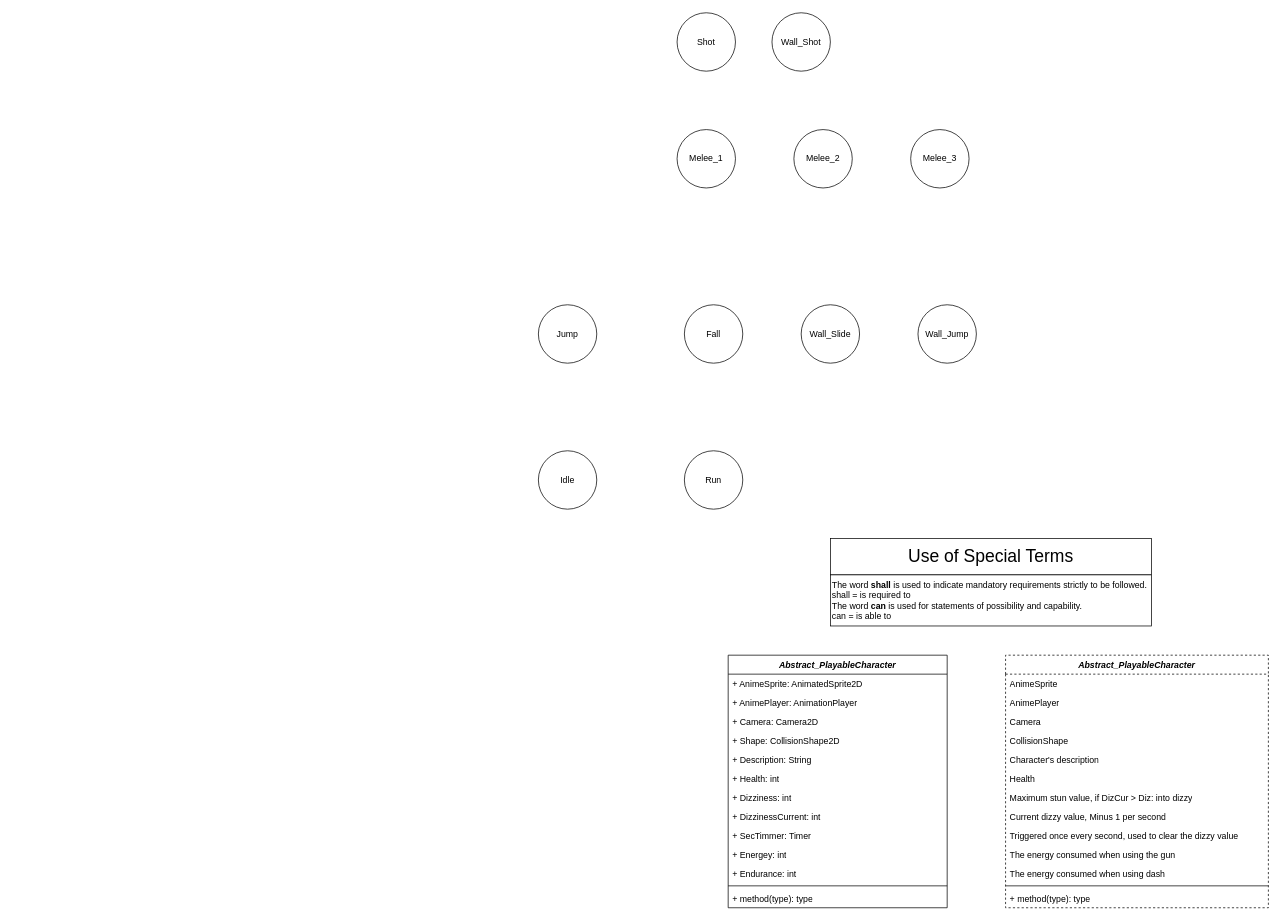
Above: Concept_Design/UML/Character.drawio in SwordofMorning/KatanaMaySurvive (draw.io), before the change. Source tidied: cells renumbered, new cells numbered last; positions are measured from the earlier drawing's top-left corner, leaving out a move shared by most shapes. Both pictures are drawn from the tidied source at 73%, with x=0, y=0 at pixel (538, 12).
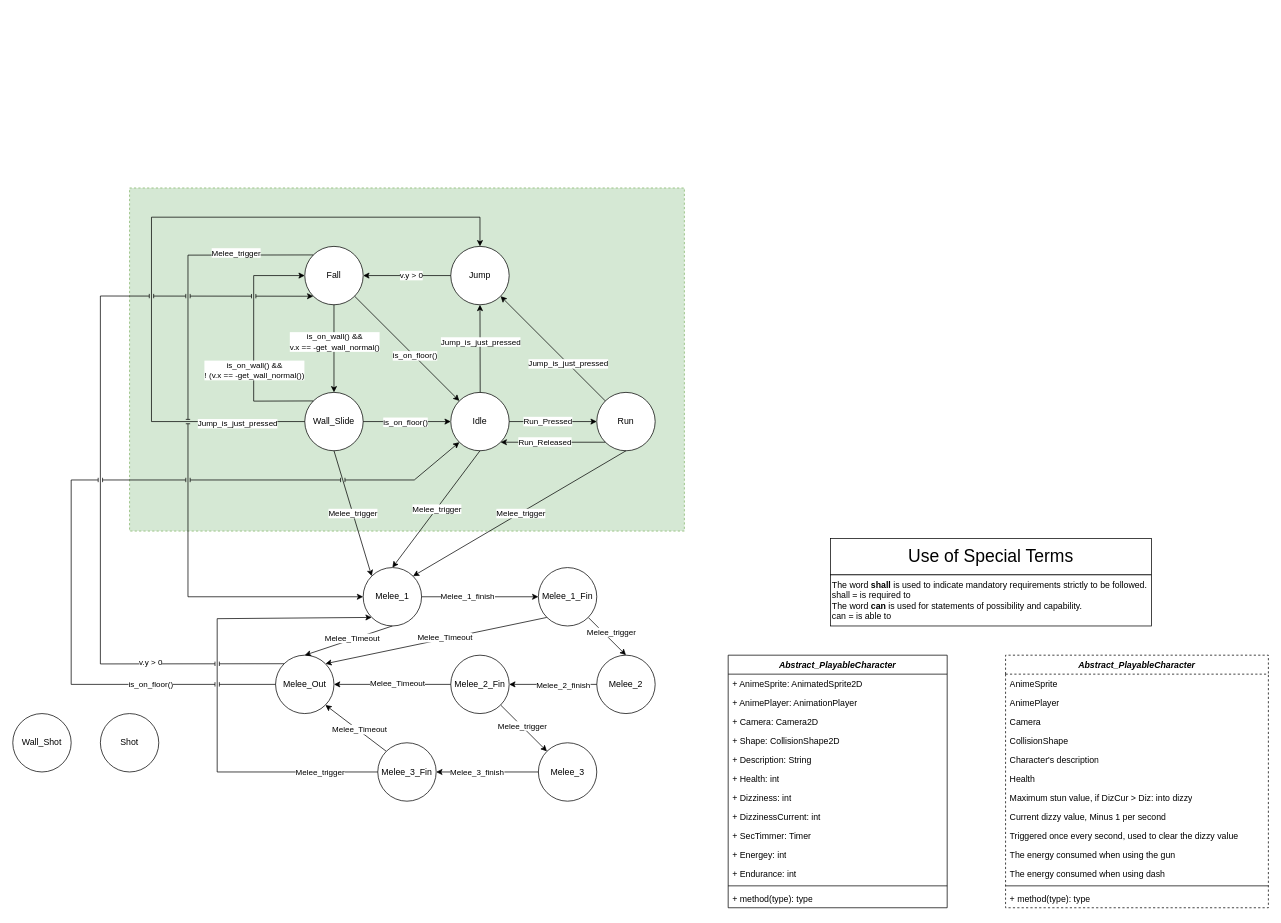
After the change.

Diff of the diagram source:
```diff
@@
+    <mxCell id="43" style="rounded=0;whiteSpace=wrap;html=1;dashed=1;fillColor=#d5e8d4;strokeColor=#82b366;" parent="1" vertex="1">
+      <mxGeometry x="-560" y="240" width="760" height="470" as="geometry" />
+    </mxCell>
@@
     <mxCell id="18" value="Idle" style="ellipse;whiteSpace=wrap;html=1;" parent="1" vertex="1">
-      <mxGeometry y="600" width="80" height="80" as="geometry" />
+      <mxGeometry x="-120" y="520" width="80" height="80" as="geometry" />
     </mxCell>
     <mxCell id="19" value="Run" style="ellipse;whiteSpace=wrap;html=1;" parent="1" vertex="1">
-      <mxGeometry x="200" y="600" width="80" height="80" as="geometry" />
+      <mxGeometry x="80" y="520" width="80" height="80" as="geometry" />
     </mxCell>
     <mxCell id="20" value="Jump" style="ellipse;whiteSpace=wrap;html=1;" parent="1" vertex="1">
-      <mxGeometry y="400" width="80" height="80" as="geometry" />
+      <mxGeometry x="-120" y="320" width="80" height="80" as="geometry" />
     </mxCell>
     <mxCell id="21" value="Fall" style="ellipse;whiteSpace=wrap;html=1;" parent="1" vertex="1">
-      <mxGeometry x="200" y="400" width="80" height="80" as="geometry" />
+      <mxGeometry x="-320" y="320" width="80" height="80" as="geometry" />
     </mxCell>
     <mxCell id="22" value="Wall_Slide" style="ellipse;whiteSpace=wrap;html=1;" parent="1" vertex="1">
-      <mxGeometry x="360" y="400" width="80" height="80" as="geometry" />
+      <mxGeometry x="-320" y="520" width="80" height="80" as="geometry" />
     </mxCell>
-    <mxCell id="23" value="Wall_Jump" style="ellipse;whiteSpace=wrap;html=1;" parent="1" vertex="1">
-      <mxGeometry x="520" y="400" width="80" height="80" as="geometry" />
-    </mxCell>
     <mxCell id="24" value="Melee_1" style="ellipse;whiteSpace=wrap;html=1;" parent="1" vertex="1">
-      <mxGeometry x="190" y="160" width="80" height="80" as="geometry" />
+      <mxGeometry x="-240" y="760" width="80" height="80" as="geometry" />
     </mxCell>
     <mxCell id="25" value="Melee_2" style="ellipse;whiteSpace=wrap;html=1;" parent="1" vertex="1">
-      <mxGeometry x="350" y="160" width="80" height="80" as="geometry" />
+      <mxGeometry x="80" y="880" width="80" height="80" as="geometry" />
     </mxCell>
     <mxCell id="26" value="Melee_3" style="ellipse;whiteSpace=wrap;html=1;" parent="1" vertex="1">
-      <mxGeometry x="510" y="160" width="80" height="80" as="geometry" />
+      <mxGeometry y="1000" width="80" height="80" as="geometry" />
     </mxCell>
     <mxCell id="27" value="Shot" style="ellipse;whiteSpace=wrap;html=1;" parent="1" vertex="1">
-      <mxGeometry x="190" width="80" height="80" as="geometry" />
+      <mxGeometry x="-600" y="960" width="80" height="80" as="geometry" />
     </mxCell>
@@
     <mxCell id="42" value="Wall_Shot" style="ellipse;whiteSpace=wrap;html=1;" parent="1" vertex="1">
-      <mxGeometry x="320" width="80" height="80" as="geometry" />
+      <mxGeometry x="-720" y="960" width="80" height="80" as="geometry" />
     </mxCell>
+    <mxCell id="44" style="endArrow=classic;html=1;rounded=0;entryX=0;entryY=0.5;entryDx=0;entryDy=0;exitX=1;exitY=0.5;exitDx=0;exitDy=0;" parent="1" edge="1" source="18" target="19">
+      <mxGeometry relative="1" as="geometry" />
+    </mxCell>
+    <mxCell id="45" value="Run_Pressed" style="edgeLabel;html=1;align=center;verticalAlign=middle;" parent="44" vertex="1">
+      <mxGeometry x="-0.13" y="1" relative="1" as="geometry" />
+    </mxCell>
+    <mxCell id="46" style="endArrow=classic;html=1;rounded=0;exitX=0;exitY=1;exitDx=0;exitDy=0;entryX=1;entryY=1;entryDx=0;entryDy=0;" parent="1" edge="1" source="19" target="18">
+      <mxGeometry relative="1" as="geometry" />
+    </mxCell>
+    <mxCell id="47" value="Run_Released" style="edgeLabel;html=1;align=center;verticalAlign=middle;" parent="46" vertex="1">
+      <mxGeometry x="0.16" y="-1" relative="1" as="geometry" />
+    </mxCell>
+    <mxCell id="48" style="endArrow=classic;html=1;rounded=0;entryX=0.5;entryY=1;entryDx=0;entryDy=0;exitX=0.5;exitY=0;exitDx=0;exitDy=0;" parent="1" edge="1" target="20">
+      <mxGeometry relative="1" as="geometry">
+        <mxPoint x="-79.7" y="520" as="sourcePoint" />
+      </mxGeometry>
+    </mxCell>
+    <mxCell id="49" value="Jump_is_just_pressed" style="edgeLabel;html=1;align=center;verticalAlign=middle;" parent="48" vertex="1">
+      <mxGeometry relative="1" as="geometry">
+        <mxPoint y="-10" as="offset" />
+      </mxGeometry>
+    </mxCell>
+    <mxCell id="50" style="endArrow=classic;html=1;rounded=0;exitX=0;exitY=0;exitDx=0;exitDy=0;entryX=1;entryY=1;entryDx=0;entryDy=0;" parent="1" edge="1" source="19" target="20">
+      <mxGeometry relative="1" as="geometry" />
+    </mxCell>
+    <mxCell id="51" value="Jump_is_just_pressed" style="edgeLabel;html=1;align=center;verticalAlign=middle;" parent="50" vertex="1">
+      <mxGeometry relative="1" as="geometry">
+        <mxPoint x="20" y="20" as="offset" />
+      </mxGeometry>
+    </mxCell>
+    <mxCell id="52" style="endArrow=classic;html=1;rounded=0;exitX=0;exitY=0.5;exitDx=0;exitDy=0;entryX=1;entryY=0.5;entryDx=0;entryDy=0;" parent="1" edge="1" source="20" target="21">
+      <mxGeometry relative="1" as="geometry" />
+    </mxCell>
+    <mxCell id="53" value="v.y &amp;gt; 0" style="edgeLabel;html=1;align=center;verticalAlign=middle;" parent="52" vertex="1">
+      <mxGeometry x="-0.08" y="-1" relative="1" as="geometry" />
+    </mxCell>
+    <mxCell id="54" style="endArrow=classic;html=1;rounded=0;entryX=0.5;entryY=0;entryDx=0;entryDy=0;exitX=0.5;exitY=1;exitDx=0;exitDy=0;" parent="1" edge="1" source="21" target="22">
+      <mxGeometry relative="1" as="geometry" />
+    </mxCell>
+    <mxCell id="55" value="is_on_wall() &amp;amp;&amp;amp; &lt;br&gt;v.x == -get_wall_normal()" style="edgeLabel;html=1;align=center;verticalAlign=middle;" parent="54" vertex="1">
+      <mxGeometry x="-0.6" y="-1" relative="1" as="geometry">
+        <mxPoint x="1" y="26" as="offset" />
+      </mxGeometry>
+    </mxCell>
+    <mxCell id="56" style="endArrow=classic;html=1;rounded=0;exitX=1;exitY=1;exitDx=0;exitDy=0;entryX=0;entryY=0;entryDx=0;entryDy=0;" parent="1" edge="1" source="21" target="18">
+      <mxGeometry relative="1" as="geometry" />
+    </mxCell>
+    <mxCell id="57" value="is_on_floor()" style="edgeLabel;html=1;align=center;verticalAlign=middle;" parent="56" vertex="1">
+      <mxGeometry x="-0.09" y="1" relative="1" as="geometry">
+        <mxPoint x="16" y="17" as="offset" />
+      </mxGeometry>
+    </mxCell>
+    <mxCell id="58" style="endArrow=classic;html=1;rounded=0;entryX=0;entryY=0.5;entryDx=0;entryDy=0;exitX=1;exitY=0.5;exitDx=0;exitDy=0;" parent="1" edge="1" source="22" target="18">
+      <mxGeometry relative="1" as="geometry" />
+    </mxCell>
+    <mxCell id="59" value="is_on_floor()" style="edgeLabel;html=1;align=center;verticalAlign=middle;" parent="58" vertex="1">
+      <mxGeometry x="-0.05" relative="1" as="geometry" />
+    </mxCell>
+    <mxCell id="60" style="endArrow=classic;html=1;rounded=0;exitX=0.5;exitY=1;exitDx=0;exitDy=0;entryX=0.5;entryY=0;entryDx=0;entryDy=0;" parent="1" edge="1" source="18" target="24">
+      <mxGeometry relative="1" as="geometry" />
+    </mxCell>
+    <mxCell id="61" value="Melee_trigger" style="edgeLabel;html=1;align=center;verticalAlign=middle;" parent="60" vertex="1">
+      <mxGeometry x="-0.01" relative="1" as="geometry" />
+    </mxCell>
+    <mxCell id="62" value="Melee_Out" style="ellipse;whiteSpace=wrap;html=1;" parent="1" vertex="1">
+      <mxGeometry x="-360" y="880" width="80" height="80" as="geometry" />
+    </mxCell>
+    <mxCell id="63" style="endArrow=classic;html=1;rounded=0;entryX=0.5;entryY=0;entryDx=0;entryDy=0;exitX=0.5;exitY=1;exitDx=0;exitDy=0;" parent="1" edge="1" source="24" target="62">
+      <mxGeometry relative="1" as="geometry" />
+    </mxCell>
+    <mxCell id="64" value="Melee_Timeout" style="edgeLabel;html=1;align=center;verticalAlign=middle;" parent="63" vertex="1">
+      <mxGeometry x="-0.08" y="-2" relative="1" as="geometry" />
+    </mxCell>
+    <mxCell id="65" style="endArrow=classic;html=1;rounded=0;entryX=0.5;entryY=0;entryDx=0;entryDy=0;exitX=1;exitY=1;exitDx=0;exitDy=0;" parent="1" edge="1" source="83" target="25">
+      <mxGeometry relative="1" as="geometry" />
+    </mxCell>
+    <mxCell id="66" value="Melee_trigger" style="edgeLabel;html=1;align=center;verticalAlign=middle;" parent="65" vertex="1">
+      <mxGeometry x="-0.24" y="2" relative="1" as="geometry">
+        <mxPoint x="10" y="2" as="offset" />
+      </mxGeometry>
+    </mxCell>
+    <mxCell id="67" style="endArrow=classic;html=1;rounded=0;exitX=0;exitY=1;exitDx=0;exitDy=0;entryX=1;entryY=0;entryDx=0;entryDy=0;" parent="1" edge="1" source="83" target="62">
+      <mxGeometry relative="1" as="geometry" />
+    </mxCell>
+    <mxCell id="68" value="Melee_Timeout" style="edgeLabel;html=1;align=center;verticalAlign=middle;" parent="67" vertex="1">
+      <mxGeometry x="-0.08" y="-2" relative="1" as="geometry" />
+    </mxCell>
+    <mxCell id="69" style="endArrow=classic;html=1;rounded=0;entryX=0;entryY=0;entryDx=0;entryDy=0;exitX=1;exitY=1;exitDx=0;exitDy=0;" parent="1" edge="1" source="86" target="26">
+      <mxGeometry relative="1" as="geometry" />
+    </mxCell>
+    <mxCell id="70" value="Melee_trigger" style="edgeLabel;html=1;align=center;verticalAlign=middle;" parent="69" vertex="1">
+      <mxGeometry x="-0.08" y="1" relative="1" as="geometry" />
+    </mxCell>
+    <mxCell id="71" style="endArrow=classic;html=1;rounded=0;entryX=1;entryY=1;entryDx=0;entryDy=0;exitX=0;exitY=0;exitDx=0;exitDy=0;" parent="1" edge="1" source="91" target="62">
+      <mxGeometry relative="1" as="geometry" />
+    </mxCell>
+    <mxCell id="72" value="Melee_Timeout" style="edgeLabel;html=1;align=center;verticalAlign=middle;" parent="71" vertex="1">
+      <mxGeometry x="-0.08" y="-2" relative="1" as="geometry" />
+    </mxCell>
+    <mxCell id="73" style="endArrow=classic;html=1;rounded=0;exitX=0.5;exitY=1;exitDx=0;exitDy=0;entryX=0;entryY=0;entryDx=0;entryDy=0;" parent="1" edge="1" source="22" target="24">
+      <mxGeometry relative="1" as="geometry" />
+    </mxCell>
+    <mxCell id="74" value="Melee_trigger" style="edgeLabel;html=1;align=center;verticalAlign=middle;" parent="73" vertex="1">
+      <mxGeometry x="-0.01" relative="1" as="geometry" />
+    </mxCell>
+    <mxCell id="75" style="endArrow=classic;html=1;rounded=0;exitX=0.5;exitY=1;exitDx=0;exitDy=0;entryX=1;entryY=0;entryDx=0;entryDy=0;" parent="1" edge="1" source="19" target="24">
+      <mxGeometry relative="1" as="geometry" />
+    </mxCell>
+    <mxCell id="76" value="Melee_trigger" style="edgeLabel;html=1;align=center;verticalAlign=middle;" parent="75" vertex="1">
+      <mxGeometry x="-0.01" relative="1" as="geometry" />
+    </mxCell>
+    <mxCell id="77" style="endArrow=classic;html=1;rounded=0;jumpStyle=arc;exitX=0;exitY=0.5;exitDx=0;exitDy=0;entryX=0.5;entryY=0;entryDx=0;entryDy=0;" parent="1" edge="1" source="22" target="20">
+      <mxGeometry relative="1" as="geometry">
+        <Array as="points">
+          <mxPoint x="-530" y="560" />
+          <mxPoint x="-530" y="280" />
+          <mxPoint x="-80" y="280" />
+        </Array>
+      </mxGeometry>
+    </mxCell>
+    <mxCell id="78" value="Jump_is_just_pressed" style="edgeLabel;html=1;align=center;verticalAlign=middle;" parent="77" vertex="1">
+      <mxGeometry x="-0.81" y="2" relative="1" as="geometry" />
+    </mxCell>
+    <mxCell id="79" style="endArrow=classic;html=1;rounded=0;jumpStyle=arc;exitX=0;exitY=0;exitDx=0;exitDy=0;entryX=0;entryY=0.5;entryDx=0;entryDy=0;" parent="1" edge="1" source="22" target="21">
+      <mxGeometry relative="1" as="geometry">
+        <Array as="points">
+          <mxPoint x="-390" y="532" />
+          <mxPoint x="-390" y="360" />
+        </Array>
+      </mxGeometry>
+    </mxCell>
+    <mxCell id="80" value="is_on_wall() &amp;amp;&amp;amp;&lt;br style=&quot;border-color: var(--border-color);&quot;&gt;! (v.x == -get_wall_normal())" style="edgeLabel;html=1;align=center;verticalAlign=middle;" parent="79" vertex="1">
+      <mxGeometry x="0.09" relative="1" as="geometry">
+        <mxPoint y="52" as="offset" />
+      </mxGeometry>
+    </mxCell>
+    <mxCell id="81" style="endArrow=classic;html=1;rounded=0;jumpStyle=line;exitX=0;exitY=0;exitDx=0;exitDy=0;entryX=0;entryY=0.5;entryDx=0;entryDy=0;" parent="1" edge="1" source="21" target="24">
+      <mxGeometry relative="1" as="geometry">
+        <Array as="points">
+          <mxPoint x="-480" y="332" />
+          <mxPoint x="-480" y="800" />
+        </Array>
+      </mxGeometry>
+    </mxCell>
+    <mxCell id="82" value="Melee_trigger" style="edgeLabel;html=1;align=center;verticalAlign=middle;" parent="81" vertex="1">
+      <mxGeometry x="-0.76" y="-3" relative="1" as="geometry" />
+    </mxCell>
+    <mxCell id="83" value="Melee_1_Fin" style="ellipse;whiteSpace=wrap;html=1;" parent="1" vertex="1">
+      <mxGeometry y="760" width="80" height="80" as="geometry" />
+    </mxCell>
+    <mxCell id="84" style="endArrow=classic;html=1;rounded=0;entryX=0;entryY=0.5;entryDx=0;entryDy=0;exitX=1;exitY=0.5;exitDx=0;exitDy=0;" parent="1" edge="1" source="24" target="83">
+      <mxGeometry relative="1" as="geometry" />
+    </mxCell>
+    <mxCell id="85" value="Melee_1_finish" style="edgeLabel;html=1;align=center;verticalAlign=middle;" parent="84" vertex="1">
+      <mxGeometry x="-0.22" y="1" relative="1" as="geometry" />
+    </mxCell>
+    <mxCell id="86" value="Melee_2_Fin" style="ellipse;whiteSpace=wrap;html=1;" parent="1" vertex="1">
+      <mxGeometry x="-120" y="880" width="80" height="80" as="geometry" />
+    </mxCell>
+    <mxCell id="87" style="endArrow=classic;html=1;rounded=0;entryX=1;entryY=0.5;entryDx=0;entryDy=0;exitX=0;exitY=0.5;exitDx=0;exitDy=0;" parent="1" edge="1" source="86" target="62">
+      <mxGeometry relative="1" as="geometry" />
+    </mxCell>
+    <mxCell id="88" value="Melee_Timeout" style="edgeLabel;html=1;align=center;verticalAlign=middle;" parent="87" vertex="1">
+      <mxGeometry x="-0.08" y="-2" relative="1" as="geometry" />
+    </mxCell>
+    <mxCell id="89" style="endArrow=classic;html=1;rounded=0;entryX=1;entryY=0.5;entryDx=0;entryDy=0;exitX=0;exitY=0.5;exitDx=0;exitDy=0;" parent="1" edge="1" source="25" target="86">
+      <mxGeometry relative="1" as="geometry" />
+    </mxCell>
+    <mxCell id="90" value="Melee_2_finish" style="edgeLabel;html=1;align=center;verticalAlign=middle;" parent="89" vertex="1">
+      <mxGeometry x="-0.22" y="1" relative="1" as="geometry" />
+    </mxCell>
+    <mxCell id="91" value="Melee_3_Fin" style="ellipse;whiteSpace=wrap;html=1;" parent="1" vertex="1">
+      <mxGeometry x="-220" y="1000" width="80" height="80" as="geometry" />
+    </mxCell>
+    <mxCell id="92" style="endArrow=classic;html=1;rounded=0;exitX=0;exitY=0.5;exitDx=0;exitDy=0;entryX=1;entryY=0.5;entryDx=0;entryDy=0;" parent="1" edge="1" source="26" target="91">
+      <mxGeometry relative="1" as="geometry" />
+    </mxCell>
+    <mxCell id="93" value="Melee_3_finish" style="edgeLabel;html=1;align=center;verticalAlign=middle;" parent="92" vertex="1">
+      <mxGeometry x="-0.22" y="1" relative="1" as="geometry">
+        <mxPoint x="-30" y="-1" as="offset" />
+      </mxGeometry>
+    </mxCell>
+    <mxCell id="94" style="endArrow=classic;html=1;rounded=0;exitX=0;exitY=0.5;exitDx=0;exitDy=0;entryX=0;entryY=1;entryDx=0;entryDy=0;" parent="1" edge="1" source="91" target="24">
+      <mxGeometry relative="1" as="geometry">
+        <Array as="points">
+          <mxPoint x="-440" y="1040" />
+          <mxPoint x="-440" y="830" />
+        </Array>
+      </mxGeometry>
+    </mxCell>
+    <mxCell id="95" value="Melee_trigger" style="edgeLabel;html=1;align=center;verticalAlign=middle;" parent="94" vertex="1">
+      <mxGeometry x="-0.01" relative="1" as="geometry">
+        <mxPoint x="140" y="97" as="offset" />
+      </mxGeometry>
+    </mxCell>
+    <mxCell id="96" style="endArrow=classic;html=1;rounded=0;exitX=0;exitY=0;exitDx=0;exitDy=0;jumpStyle=line;entryX=0;entryY=1;entryDx=0;entryDy=0;" parent="1" edge="1" source="62" target="21">
+      <mxGeometry relative="1" as="geometry">
+        <Array as="points">
+          <mxPoint x="-600" y="892" />
+          <mxPoint x="-600" y="388" />
+        </Array>
+      </mxGeometry>
+    </mxCell>
+    <mxCell id="97" value="v.y &amp;gt; 0" style="edgeLabel;html=1;align=center;verticalAlign=middle;" parent="96" vertex="1">
+      <mxGeometry x="-0.65" y="-2" relative="1" as="geometry" />
+    </mxCell>
+    <mxCell id="98" style="endArrow=classic;html=1;rounded=0;exitX=0;exitY=0.5;exitDx=0;exitDy=0;jumpStyle=line;entryX=0;entryY=1;entryDx=0;entryDy=0;" parent="1" edge="1" source="62" target="18">
+      <mxGeometry relative="1" as="geometry">
+        <Array as="points">
+          <mxPoint x="-640" y="920" />
+          <mxPoint x="-640" y="640" />
+          <mxPoint x="-170" y="640" />
+        </Array>
+      </mxGeometry>
+    </mxCell>
+    <mxCell id="99" value="is_on_floor()" style="edgeLabel;html=1;align=center;verticalAlign=middle;" parent="98" vertex="1">
+      <mxGeometry x="-0.68" relative="1" as="geometry">
+        <mxPoint x="6" y="-1" as="offset" />
+      </mxGeometry>
+    </mxCell>
```
